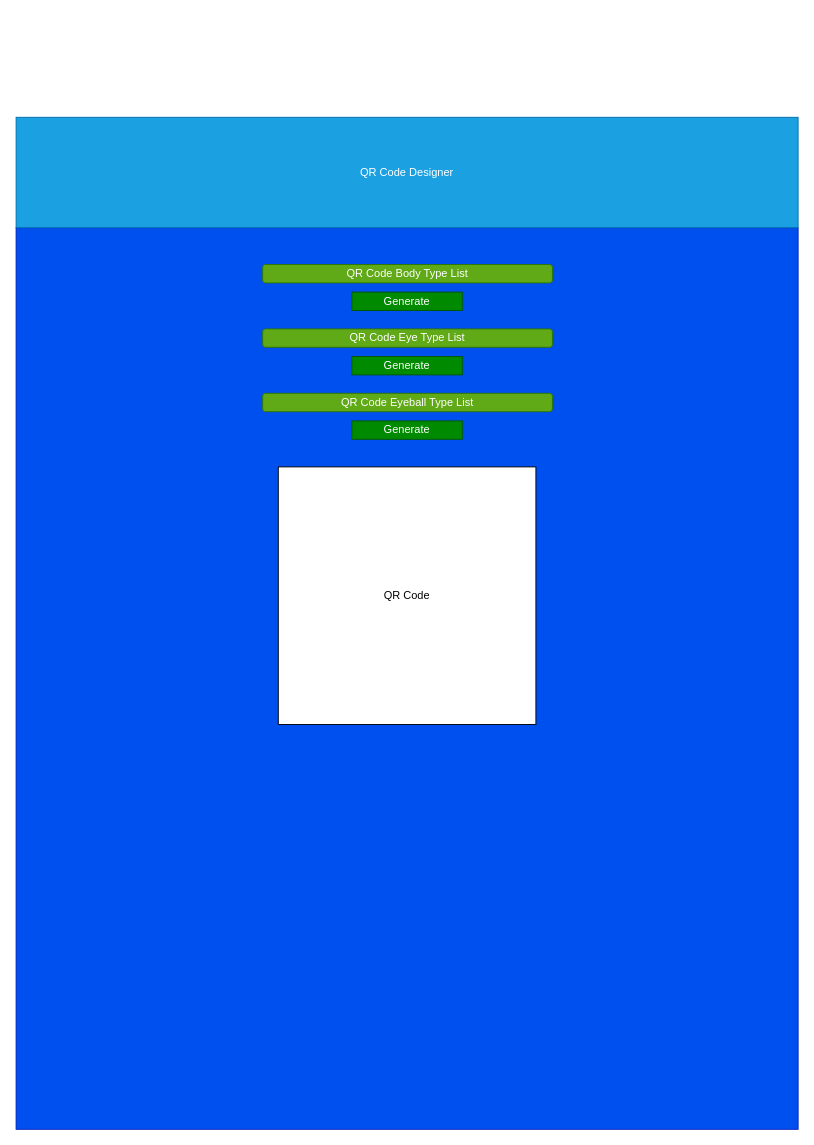
Above: WireFrame.drawio in KingKamikazeM/QR-Code-Design-Page (draw.io), before the change. Source tidied: cells renumbered, new cells numbered last; positions are measured from the earlier drawing's top-left corner, leaving out a move shared by most shapes. Both pictures are drawn from the tidied source at 92%, with x=0, y=0 at pixel (16, 117).
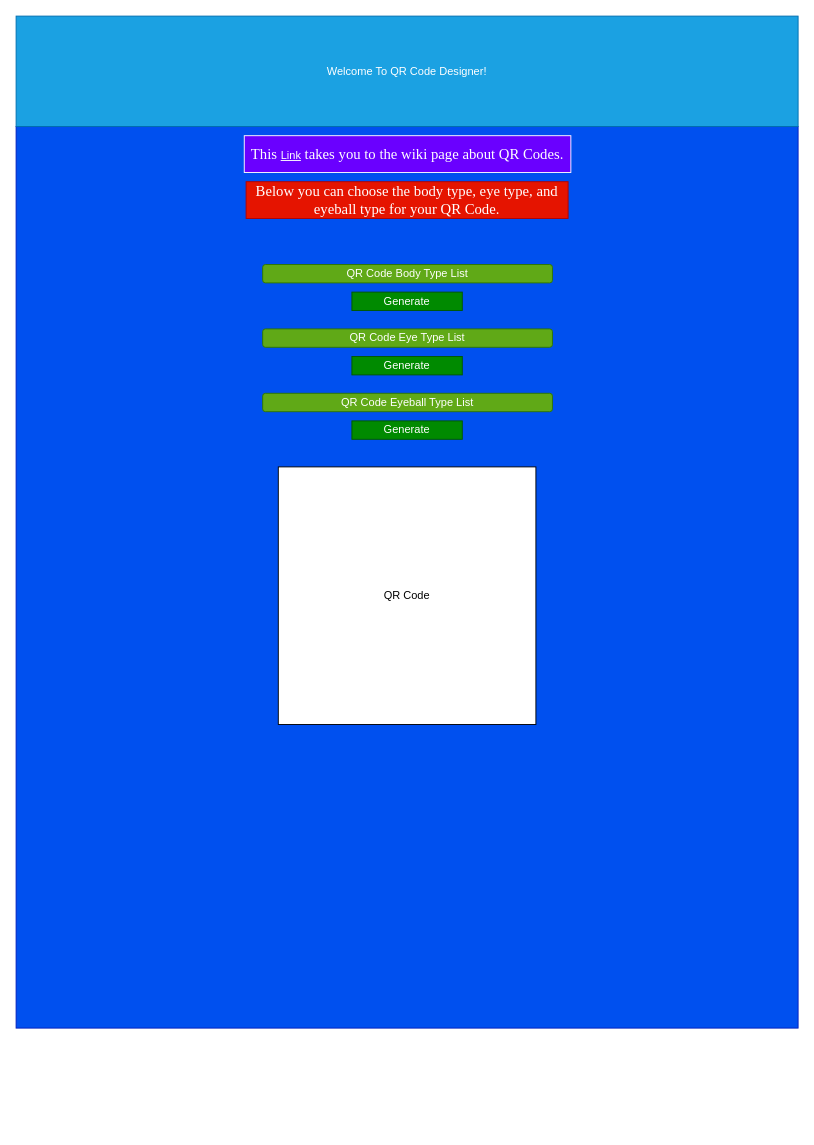
After the change.

Diff of the diagram source:
```diff
@@
 <mxGraphModel>
   <root>
     <mxCell id="0" />
     <mxCell id="1" parent="0" />
     <mxCell id="2" style="rounded=0;whiteSpace=wrap;html=1;fillColor=#0050ef;fontColor=#ffffff;strokeColor=#001DBC;" parent="1" vertex="1">
-      <mxGeometry y="120" width="850" height="980" as="geometry" />
+      <mxGeometry y="10" width="850" height="980" as="geometry" />
     </mxCell>
-    <mxCell id="3" value="QR Code Designer" style="rounded=0;whiteSpace=wrap;html=1;fillColor=#1ba1e2;fontColor=#ffffff;strokeColor=#006EAF;" parent="1" vertex="1">
-      <mxGeometry width="850" height="120" as="geometry" />
+    <mxCell id="3" value="Welcome To QR Code Designer!" style="rounded=0;whiteSpace=wrap;html=1;fillColor=#1ba1e2;fontColor=#ffffff;strokeColor=#006EAF;" parent="1" vertex="1">
+      <mxGeometry y="-110" width="850" height="120" as="geometry" />
     </mxCell>
     <mxCell id="4" value="QR Code" style="whiteSpace=wrap;html=1;" parent="1" vertex="1">
       <mxGeometry x="285" y="380" width="280" height="280" as="geometry" />
     </mxCell>
     <mxCell id="5" value="QR Code Body Type List" style="rounded=1;whiteSpace=wrap;html=1;fillColor=#60a917;fontColor=#ffffff;strokeColor=#2D7600;" parent="1" vertex="1">
       <mxGeometry x="268" y="160" width="315" height="20" as="geometry" />
     </mxCell>
     <mxCell id="6" value="QR Code Eye Type List" style="rounded=1;whiteSpace=wrap;html=1;fillColor=#60a917;fontColor=#ffffff;strokeColor=#2D7600;" parent="1" vertex="1">
       <mxGeometry x="268" y="230" width="315" height="20" as="geometry" />
     </mxCell>
     <mxCell id="7" value="QR Code Eyeball Type List" style="rounded=1;whiteSpace=wrap;html=1;fillColor=#60a917;fontColor=#ffffff;strokeColor=#2D7600;" parent="1" vertex="1">
       <mxGeometry x="268" y="300" width="315" height="20" as="geometry" />
     </mxCell>
     <mxCell id="8" value="Generate" style="rounded=0;whiteSpace=wrap;html=1;fillColor=#008a00;fontColor=#ffffff;strokeColor=#005700;" parent="1" vertex="1">
       <mxGeometry x="365" y="190" width="120" height="20" as="geometry" />
     </mxCell>
     <mxCell id="9" value="Generate" style="rounded=0;whiteSpace=wrap;html=1;fillColor=#008a00;fontColor=#ffffff;strokeColor=#005700;" parent="1" vertex="1">
       <mxGeometry x="365" y="260" width="120" height="20" as="geometry" />
     </mxCell>
     <mxCell id="10" value="Generate" style="rounded=0;whiteSpace=wrap;html=1;fillColor=#008a00;fontColor=#ffffff;strokeColor=#005700;" parent="1" vertex="1">
       <mxGeometry x="365" y="330" width="120" height="20" as="geometry" />
     </mxCell>
+    <mxCell id="11" value="&lt;span style=&quot;font-family: &amp;quot;Times New Roman&amp;quot;; font-size: medium; text-align: start;&quot;&gt;Below you can choose the body type, eye type, and eyeball type for your QR Code.&lt;/span&gt;" style="rounded=0;whiteSpace=wrap;html=1;fillColor=#e51400;fontColor=#ffffff;strokeColor=#B20000;" parent="1" vertex="1">
+      <mxGeometry x="250" y="70" width="350" height="40" as="geometry" />
+    </mxCell>
+    <mxCell id="12" value="&lt;span style=&quot;font-family: &amp;quot;Times New Roman&amp;quot;; font-size: medium; text-align: start;&quot;&gt;This&amp;nbsp;&lt;/span&gt;&lt;u&gt;Link&lt;/u&gt;&lt;span style=&quot;font-family: &amp;quot;Times New Roman&amp;quot;; font-size: medium; text-align: start;&quot;&gt;&amp;nbsp;takes you to the wiki page about QR Codes.&lt;/span&gt;" style="rounded=0;whiteSpace=wrap;html=1;fillColor=#6a00ff;fontColor=#ffffff;strokeColor=#FFFFFF;" parent="1" vertex="1">
+      <mxGeometry x="248" y="20" width="355" height="40" as="geometry" />
+    </mxCell>
   </root>
 </mxGraphModel>
```
